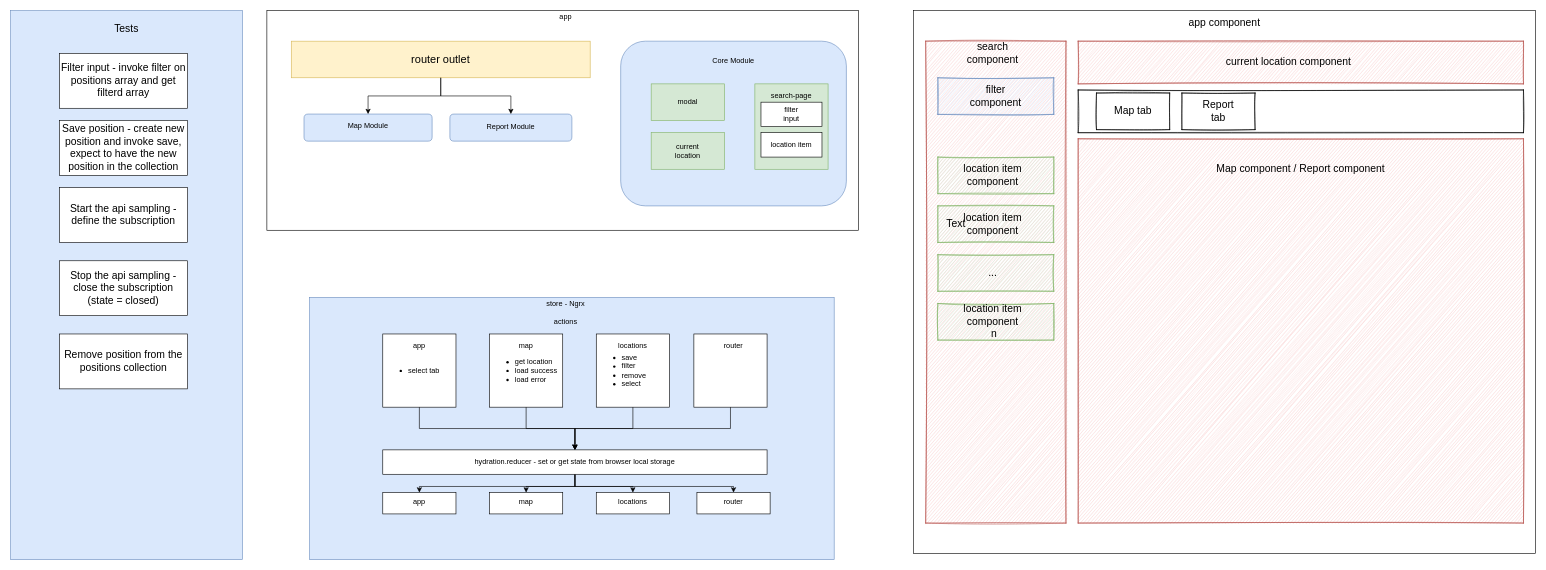
The draw.io diagram diagram.drawio in kkido82/driivz, before the edit. Source tidied: cells renumbered, new cells numbered last; positions are measured from the earlier drawing's top-left corner, leaving out a move shared by most shapes. Both pictures are drawn from the tidied source at 61%, with x=0, y=0 at pixel (10, 10).
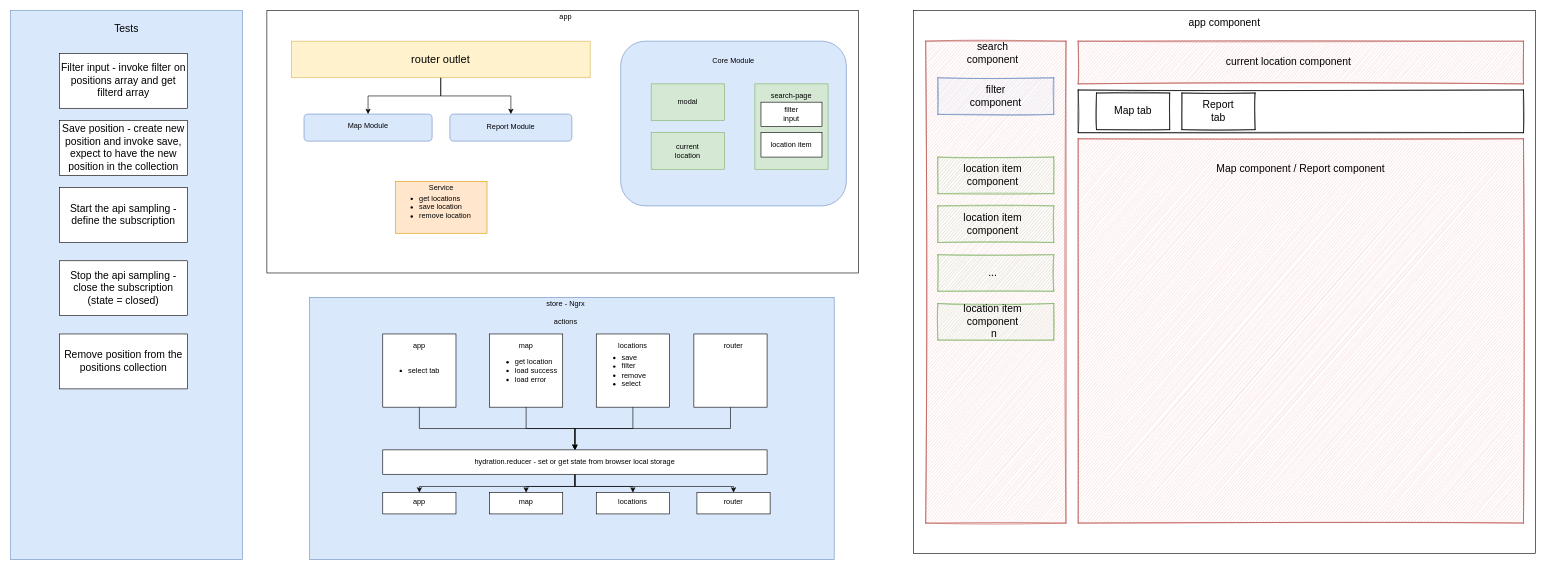
Above is the later version.

Commit message:
planning diagram

The change refers to these unchanged cells:
```xml
<mxCell id="4" style="group;" parent="3" vertex="1">
  <mxGeometry x="-10" y="-4.9" width="490" height="224.9" as="geometry" />
</mxCell>
```

What changed in the source:
```diff
@@
     <mxCell id="2" style="rounded=0;whiteSpace=wrap;html=1;" parent="1" vertex="1">
-      <mxGeometry x="420" width="970" height="360" as="geometry" />
+      <mxGeometry x="420" width="970" height="430" as="geometry" />
     </mxCell>
@@
+    <mxCell id="101" style="group;" parent="4" vertex="1">
+      <mxGeometry x="167.5" y="114.9" width="155" height="84.9" as="geometry" />
+    </mxCell>
+    <mxCell id="102" style="rounded=0;whiteSpace=wrap;html=1;fillColor=#ffe6cc;strokeColor=#d79b00;" parent="101" vertex="1">
+      <mxGeometry x="2.5" width="150" height="84.9" as="geometry" />
+    </mxCell>
+    <mxCell id="103" value="Service" style="text;html=1;strokeColor=none;fillColor=none;align=center;verticalAlign=middle;whiteSpace=wrap;rounded=0;" parent="101" vertex="1">
+      <mxGeometry x="57.5" width="40" height="20" as="geometry" />
+    </mxCell>
+    <mxCell id="104" value="&lt;ul&gt;&lt;li&gt;get locations&lt;/li&gt;&lt;li&gt;save location&lt;/li&gt;&lt;li&gt;remove location&lt;/li&gt;&lt;/ul&gt;" style="text;html=1;strokeColor=none;fillColor=none;align=left;verticalAlign=middle;whiteSpace=wrap;rounded=0;" parent="101" vertex="1">
+      <mxGeometry y="32.4" width="155" height="20" as="geometry" />
+    </mxCell>
@@
-    <mxCell id="94" value="Text" style="text;html=1;strokeColor=none;fillColor=none;align=center;verticalAlign=middle;whiteSpace=wrap;rounded=0;sketch=1;fontSize=17;" parent="1" vertex="1">
-      <mxGeometry x="1530" y="340" width="40" height="20" as="geometry" />
-    </mxCell>
```
